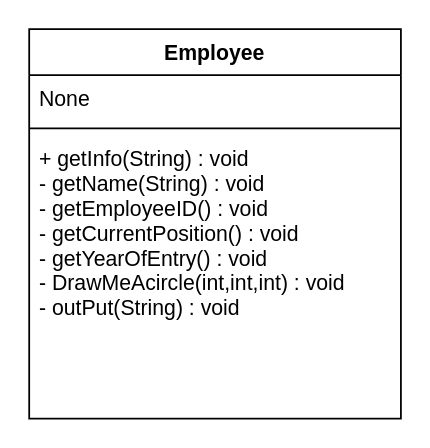
The draw.io diagram src/com/cc/java/Class diagram.drawio in DonCerebro1/02d_Objekte_CodeLab_2, before the edit. Source tidied: cells renumbered, new cells numbered last; positions are measured from the earlier drawing's top-left corner, leaving out a move shared by most shapes. Both pictures are drawn from the tidied source at 177%, with x=0, y=0 at pixel (28, 28).
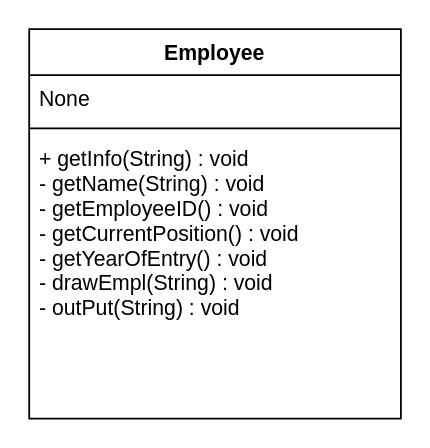
Above is the later version.

Commit message:
class diagram up to Date

Change to the diagram source:
```diff
@@
 <mxGraphModel>
   <root>
     <mxCell id="0" />
     <mxCell id="1" parent="0" />
     <mxCell id="2" value="Employee&#10;" style="swimlane;fontStyle=1;align=center;verticalAlign=top;horizontal=1;startSize=26;" parent="1" vertex="1">
       <mxGeometry width="210" height="220" as="geometry" />
     </mxCell>
     <mxCell id="3" value="None" style="text;strokeColor=none;fillColor=none;align=left;verticalAlign=top;spacingLeft=4;spacingRight=4;overflow=hidden;" parent="2" vertex="1">
       <mxGeometry y="26" width="210" height="26" as="geometry" />
     </mxCell>
     <mxCell id="4" style="line;strokeWidth=1;fillColor=none;align=left;verticalAlign=middle;spacingTop=-1;spacingLeft=3;spacingRight=3;labelPosition=right;" parent="2" vertex="1">
       <mxGeometry y="52" width="210" height="8" as="geometry" />
     </mxCell>
-    <mxCell id="5" value="+ getInfo(String) : void&#10;- getName(String) : void&#10;- getEmployeeID() : void&#10;- getCurrentPosition() : void&#10;- getYearOfEntry() : void&#10;- DrawMeAcircle(int,int,int) : void&#10;- outPut(String) : void" style="text;strokeColor=none;fillColor=none;align=left;verticalAlign=top;spacingLeft=4;spacingRight=4;overflow=hidden;" parent="2" vertex="1">
+    <mxCell id="5" value="+ getInfo(String) : void&#10;- getName(String) : void&#10;- getEmployeeID() : void&#10;- getCurrentPosition() : void&#10;- getYearOfEntry() : void&#10;- drawEmpl(String) : void&#10;- outPut(String) : void" style="text;strokeColor=none;fillColor=none;align=left;verticalAlign=top;spacingLeft=4;spacingRight=4;overflow=hidden;" parent="2" vertex="1">
       <mxGeometry y="60" width="210" height="160" as="geometry" />
     </mxCell>
   </root>
 </mxGraphModel>
```
